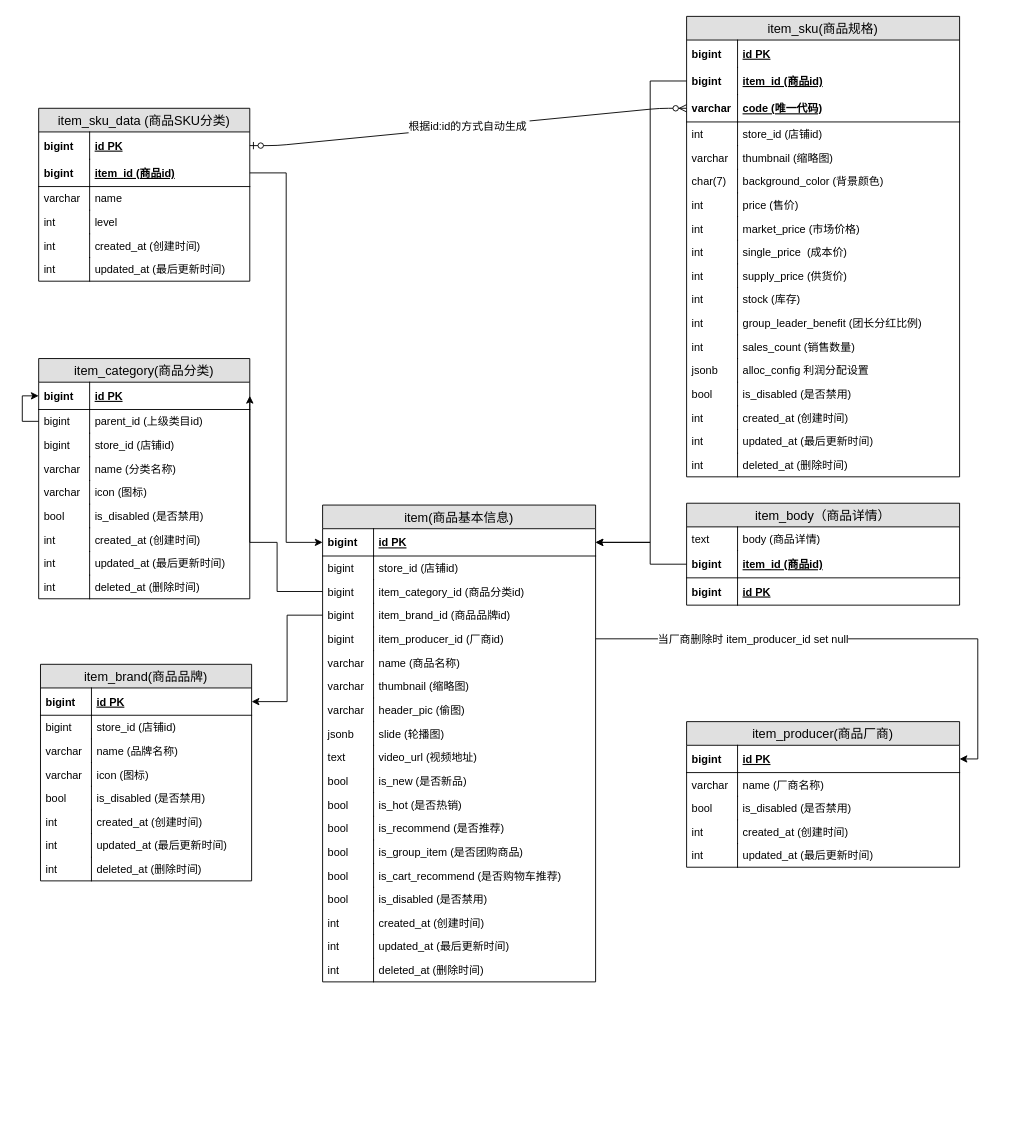
Above: 商品库存.drawio in HuangYongXuan/saas-draw (draw.io), before the change. Source tidied: cells renumbered, new cells numbered last; positions are measured from the earlier drawing's top-left corner, leaving out a move shared by most shapes. Both pictures are drawn from the tidied source at 91%, with x=0, y=0 at pixel (22, 16).
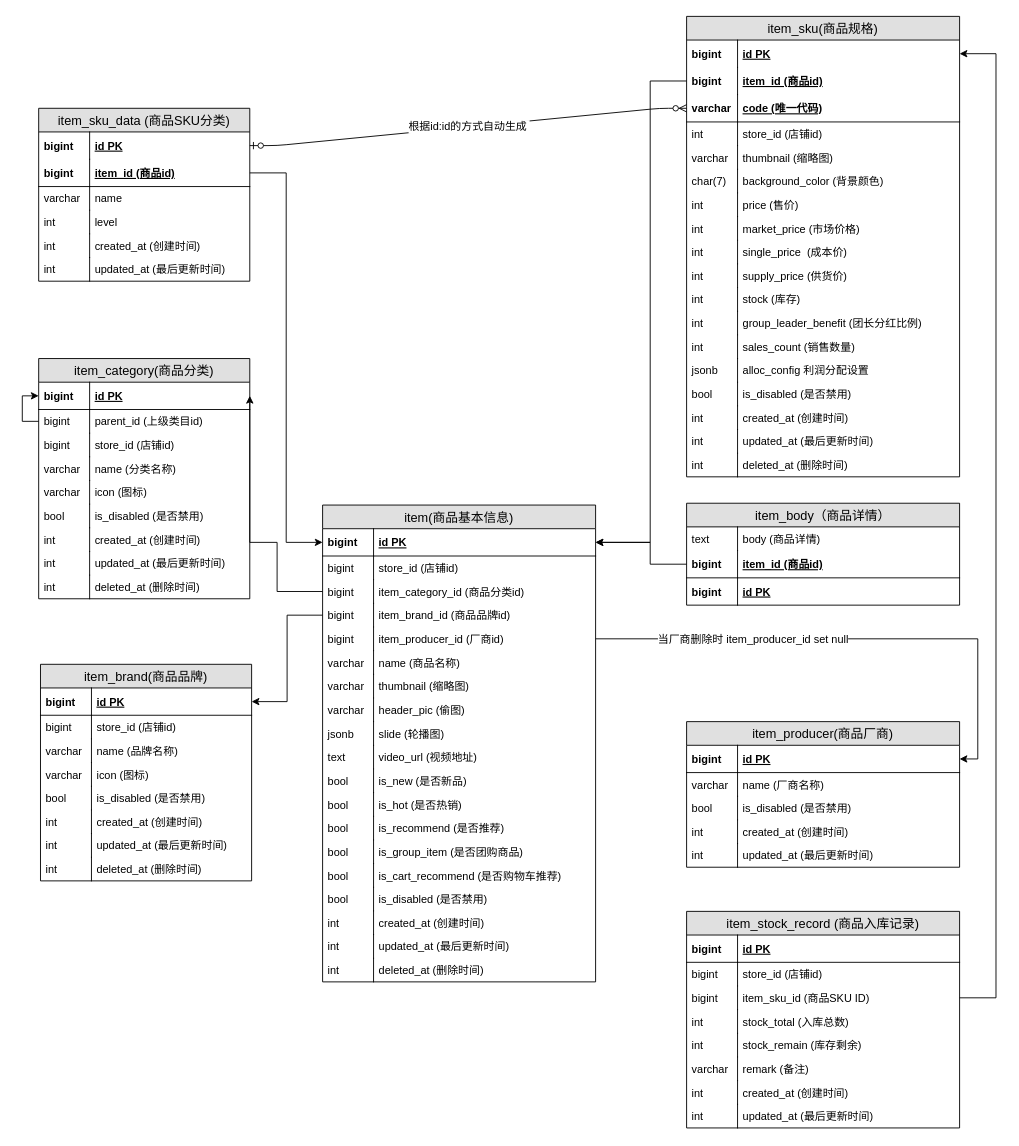
The same diagram, later.

Commit message:
增加商品库存表

Unchanged cells that the change refers to:
```xml
<mxCell id="111" value="id PK" style="shape=partialRectangle;top=0;left=0;right=0;bottom=0;align=left;verticalAlign=middle;fillColor=none;spacingLeft=60;spacingRight=4;overflow=hidden;points=[[0,0.5],[1,0.5]];portConstraint=eastwest;fontStyle=5;fontSize=12;" parent="110" vertex="1">
  <mxGeometry y="26" width="300" height="30" as="geometry" />
</mxCell>
```

What changed in the source:
```diff
@@
+    <mxCell id="155" value="item_stock_record (商品入库记录)" style="swimlane;fontStyle=0;horizontal=1;startSize=26;fillColor=#e0e0e0;swimlaneFillColor=#ffffff;align=center;fontSize=14;rounded=0;" parent="1" vertex="1">
+      <mxGeometry x="730" y="983" width="300" height="238" as="geometry" />
+    </mxCell>
+    <mxCell id="156" value="id PK" style="shape=partialRectangle;top=0;left=0;right=0;bottom=1;align=left;verticalAlign=middle;fillColor=none;spacingLeft=60;spacingRight=4;overflow=hidden;fontStyle=5;fontSize=12;" parent="155" vertex="1">
+      <mxGeometry y="26" width="300" height="30" as="geometry" />
+    </mxCell>
+    <mxCell id="157" value="bigint" style="shape=partialRectangle;fontStyle=1;top=0;left=0;bottom=0;fillColor=none;align=left;verticalAlign=middle;spacingLeft=4;spacingRight=4;overflow=hidden;fontSize=12;" parent="156" vertex="1">
+      <mxGeometry width="56" height="30" as="geometry" />
+    </mxCell>
+    <mxCell id="158" value="store_id (店铺id)" style="shape=partialRectangle;top=0;left=0;right=0;bottom=0;align=left;verticalAlign=top;fillColor=none;spacingLeft=60;spacingRight=4;overflow=hidden;fontSize=12;" parent="155" vertex="1">
+      <mxGeometry y="56" width="300" height="26" as="geometry" />
+    </mxCell>
+    <mxCell id="159" value="bigint" style="shape=partialRectangle;top=0;left=0;bottom=0;fillColor=none;align=left;verticalAlign=top;spacingLeft=4;spacingRight=4;overflow=hidden;fontSize=12;" parent="158" vertex="1">
+      <mxGeometry width="56" height="26" as="geometry" />
+    </mxCell>
+    <mxCell id="160" value="item_sku_id (商品SKU ID)" style="shape=partialRectangle;top=0;left=0;right=0;bottom=0;align=left;verticalAlign=top;fillColor=none;spacingLeft=60;spacingRight=4;overflow=hidden;points=[[0,0.5],[1,0.5]];portConstraint=eastwest;fontSize=12;" parent="155" vertex="1">
+      <mxGeometry y="82" width="300" height="26" as="geometry" />
+    </mxCell>
+    <mxCell id="161" value="bigint" style="shape=partialRectangle;top=0;left=0;bottom=0;fillColor=none;align=left;verticalAlign=top;spacingLeft=4;spacingRight=4;overflow=hidden;fontSize=12;" parent="160" vertex="1">
+      <mxGeometry width="56" height="26" as="geometry" />
+    </mxCell>
+    <mxCell id="162" value="stock_total (入库总数)" style="shape=partialRectangle;top=0;left=0;right=0;bottom=0;align=left;verticalAlign=top;fillColor=none;spacingLeft=60;spacingRight=4;overflow=hidden;fontSize=12;" parent="155" vertex="1">
+      <mxGeometry y="108" width="300" height="26" as="geometry" />
+    </mxCell>
+    <mxCell id="163" value="int" style="shape=partialRectangle;top=0;left=0;bottom=0;fillColor=none;align=left;verticalAlign=top;spacingLeft=4;spacingRight=4;overflow=hidden;fontSize=12;" parent="162" vertex="1">
+      <mxGeometry width="56" height="26" as="geometry" />
+    </mxCell>
+    <mxCell id="164" value="stock_remain (库存剩余)" style="shape=partialRectangle;top=0;left=0;right=0;bottom=0;align=left;verticalAlign=top;fillColor=none;spacingLeft=60;spacingRight=4;overflow=hidden;fontSize=12;" parent="155" vertex="1">
+      <mxGeometry y="134" width="300" height="26" as="geometry" />
+    </mxCell>
+    <mxCell id="165" value="int" style="shape=partialRectangle;top=0;left=0;bottom=0;fillColor=none;align=left;verticalAlign=top;spacingLeft=4;spacingRight=4;overflow=hidden;fontSize=12;" parent="164" vertex="1">
+      <mxGeometry width="56" height="26" as="geometry" />
+    </mxCell>
+    <mxCell id="166" value="remark (备注)" style="shape=partialRectangle;top=0;left=0;right=0;bottom=0;align=left;verticalAlign=top;fillColor=none;spacingLeft=60;spacingRight=4;overflow=hidden;fontSize=12;" parent="155" vertex="1">
+      <mxGeometry y="160" width="300" height="26" as="geometry" />
+    </mxCell>
+    <mxCell id="167" value="varchar" style="shape=partialRectangle;top=0;left=0;bottom=0;fillColor=none;align=left;verticalAlign=top;spacingLeft=4;spacingRight=4;overflow=hidden;fontSize=12;" parent="166" vertex="1">
+      <mxGeometry width="56" height="26" as="geometry" />
+    </mxCell>
+    <mxCell id="168" value="created_at (创建时间)" style="shape=partialRectangle;top=0;left=0;right=0;bottom=0;align=left;verticalAlign=top;fillColor=none;spacingLeft=60;spacingRight=4;overflow=hidden;fontSize=12;" parent="155" vertex="1">
+      <mxGeometry y="186" width="300" height="26" as="geometry" />
+    </mxCell>
+    <mxCell id="169" value="int" style="shape=partialRectangle;top=0;left=0;bottom=0;fillColor=none;align=left;verticalAlign=top;spacingLeft=4;spacingRight=4;overflow=hidden;fontSize=12;" parent="168" vertex="1">
+      <mxGeometry width="56" height="26" as="geometry" />
+    </mxCell>
+    <mxCell id="170" value="updated_at (最后更新时间)" style="shape=partialRectangle;top=0;left=0;right=0;bottom=0;align=left;verticalAlign=top;fillColor=none;spacingLeft=60;spacingRight=4;overflow=hidden;fontSize=12;" parent="155" vertex="1">
+      <mxGeometry y="212" width="300" height="26" as="geometry" />
+    </mxCell>
+    <mxCell id="171" value="int" style="shape=partialRectangle;top=0;left=0;bottom=0;fillColor=none;align=left;verticalAlign=top;spacingLeft=4;spacingRight=4;overflow=hidden;fontSize=12;" parent="170" vertex="1">
+      <mxGeometry width="56" height="26" as="geometry" />
+    </mxCell>
+    <mxCell id="172" style="edgeStyle=orthogonalEdgeStyle;rounded=0;jettySize=auto;html=1;exitX=1;exitY=0.5;exitDx=0;exitDy=0;entryX=1;entryY=0.5;entryDx=0;entryDy=0;" parent="1" edge="1" source="160" target="111">
+      <mxGeometry relative="1" as="geometry">
+        <Array as="points">
+          <mxPoint x="1070" y="1078" />
+          <mxPoint x="1070" y="41" />
+        </Array>
+      </mxGeometry>
+    </mxCell>
```
